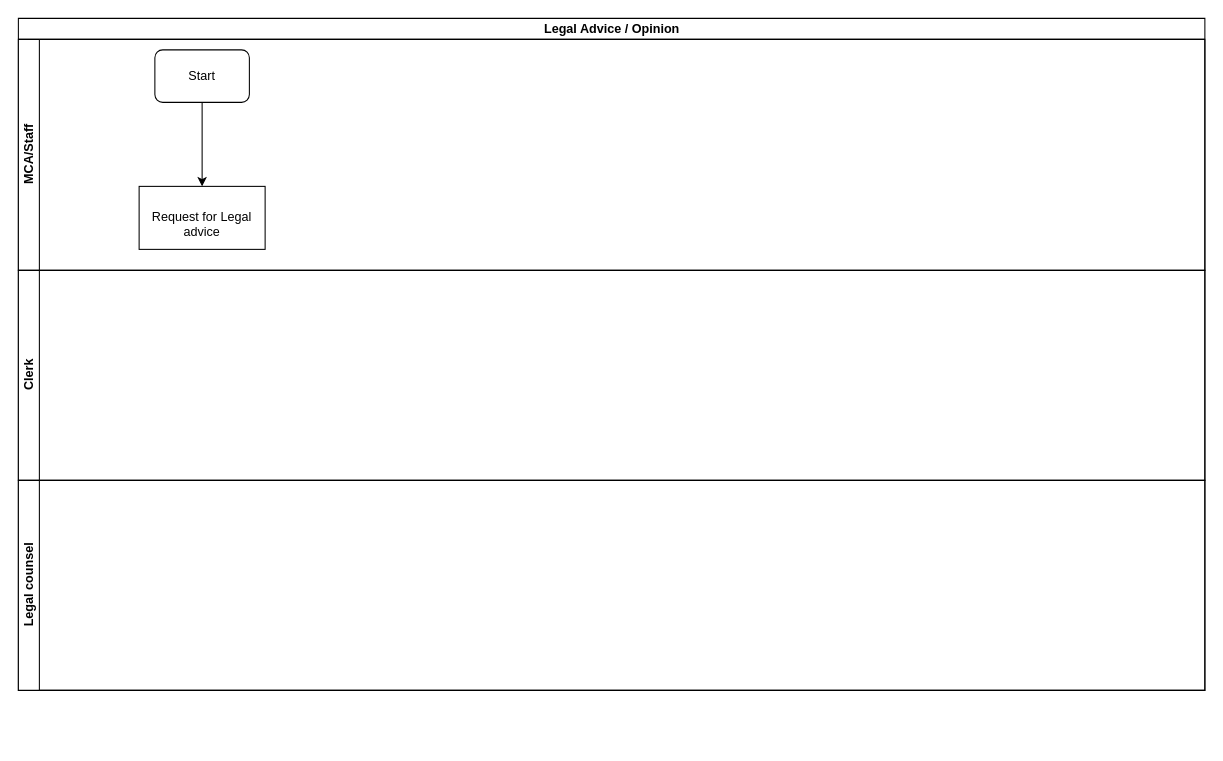
kmagua/flowcharts keeps this draw.io diagram as Legal - Legal Advice or Opinion.drawio. Above is the earlier version. Source tidied: cells renumbered, new cells numbered last; positions are measured from the earlier drawing's top-left corner, leaving out a move shared by most shapes. Both pictures are drawn from the tidied source at 105%, with x=0, y=0 at pixel (18, 18).
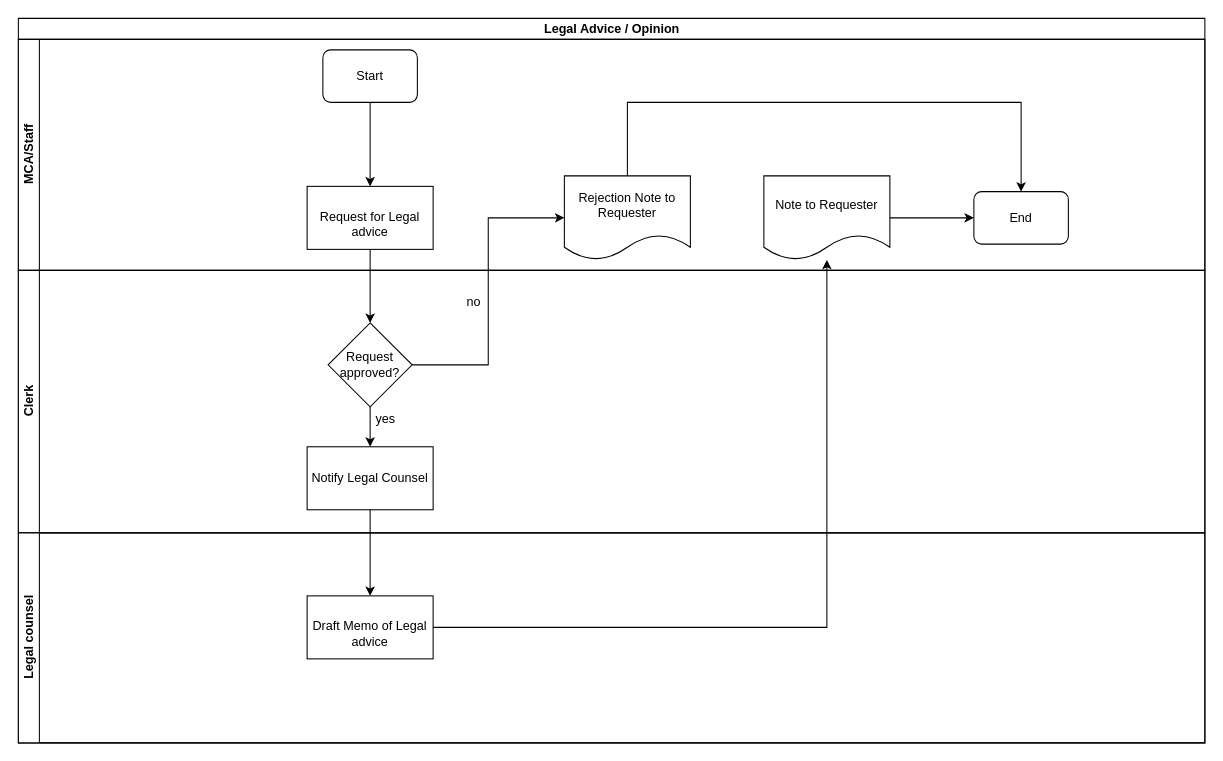
After the change.

The change refers to these unchanged cells:
```xml
<mxCell id="3" value="MCA/Staff" style="swimlane;html=1;startSize=20;horizontal=0;" parent="2" vertex="1">
  <mxGeometry y="20" width="1130" height="220" as="geometry" />
</mxCell>
```

Diff of the diagram source:
```diff
@@
     <mxCell id="2" value="Legal Advice / Opinion" style="swimlane;html=1;horizontal=1;startSize=20;" parent="1" vertex="1">
-      <mxGeometry width="1130" height="640" as="geometry" />
+      <mxGeometry width="1130" height="690" as="geometry" />
     </mxCell>
@@
     <mxCell id="4" value="Start" style="rounded=1;whiteSpace=wrap;html=1;" parent="3" vertex="1">
-      <mxGeometry x="130" y="10" width="90" height="50" as="geometry" />
+      <mxGeometry x="290" y="10" width="90" height="50" as="geometry" />
     </mxCell>
+    <mxCell id="9" value="End" style="rounded=1;whiteSpace=wrap;html=1;" parent="3" vertex="1">
+      <mxGeometry x="910" y="145" width="90" height="50" as="geometry" />
+    </mxCell>
+    <mxCell id="10" value="Note to Requester" style="shape=document;whiteSpace=wrap;html=1;boundedLbl=1;rounded=0;" parent="3" vertex="1">
+      <mxGeometry x="710" y="130" width="120" height="80" as="geometry" />
+    </mxCell>
+    <mxCell id="11" value="Rejection Note to Requester" style="shape=document;whiteSpace=wrap;html=1;boundedLbl=1;" parent="3" vertex="1">
+      <mxGeometry x="520" y="130" width="120" height="80" as="geometry" />
+    </mxCell>
     <mxCell id="5" value="&lt;br/&gt;&lt;p style=&quot;margin-bottom: 0in&quot;&gt;Request for Legal advice&lt;/p&gt;&lt;br/&gt;" style="rounded=0;whiteSpace=wrap;html=1;" parent="3" vertex="1">
-      <mxGeometry x="115" y="140" width="120" height="60" as="geometry" />
+      <mxGeometry x="275" y="140" width="120" height="60" as="geometry" />
     </mxCell>
+    <mxCell id="12" style="edgeStyle=orthogonalEdgeStyle;rounded=0;jettySize=auto;html=1;entryX=0;entryY=0.5;entryDx=0;entryDy=0;" parent="3" edge="1" source="10" target="9">
+      <mxGeometry relative="1" as="geometry" />
+    </mxCell>
+    <mxCell id="13" style="edgeStyle=orthogonalEdgeStyle;rounded=0;jettySize=auto;html=1;entryX=0.5;entryY=0;entryDx=0;entryDy=0;" parent="3" edge="1" source="11" target="9">
+      <mxGeometry relative="1" as="geometry">
+        <Array as="points">
+          <mxPoint x="580" y="60" />
+          <mxPoint x="955" y="60" />
+        </Array>
+      </mxGeometry>
+    </mxCell>
+    <mxCell id="14" style="edgeStyle=orthogonalEdgeStyle;rounded=0;jettySize=auto;html=1;" parent="2" edge="1" source="5" target="16">
+      <mxGeometry relative="1" as="geometry" />
+    </mxCell>
     <mxCell id="6" value="Clerk" style="swimlane;html=1;startSize=20;horizontal=0;" parent="2" vertex="1">
-      <mxGeometry y="240" width="1130" height="200" as="geometry" />
+      <mxGeometry y="240" width="1130" height="250" as="geometry" />
     </mxCell>
+    <mxCell id="15" value="no" style="text;html=1;strokeColor=none;fillColor=none;align=center;verticalAlign=middle;whiteSpace=wrap;rounded=0;" parent="6" vertex="1">
+      <mxGeometry x="414" y="20" width="40" height="20" as="geometry" />
+    </mxCell>
+    <mxCell id="16" value="Request approved?" style="rhombus;whiteSpace=wrap;html=1;rounded=0;" parent="6" vertex="1">
+      <mxGeometry x="295" y="50" width="80" height="80" as="geometry" />
+    </mxCell>
+    <mxCell id="17" style="edgeStyle=orthogonalEdgeStyle;rounded=0;jettySize=auto;html=1;" parent="6" edge="1" source="16" target="19">
+      <mxGeometry relative="1" as="geometry" />
+    </mxCell>
+    <mxCell id="18" value="yes" style="text;html=1;strokeColor=none;fillColor=none;align=center;verticalAlign=middle;whiteSpace=wrap;rounded=0;" parent="6" vertex="1">
+      <mxGeometry x="330" y="132" width="40" height="20" as="geometry" />
+    </mxCell>
+    <mxCell id="19" value="Notify Legal Counsel" style="whiteSpace=wrap;html=1;rounded=0;" parent="6" vertex="1">
+      <mxGeometry x="275" y="168" width="120" height="60" as="geometry" />
+    </mxCell>
     <mxCell id="7" value="Legal counsel" style="swimlane;html=1;startSize=20;horizontal=0;" parent="2" vertex="1">
-      <mxGeometry y="440" width="1130" height="200" as="geometry" />
+      <mxGeometry y="490" width="1130" height="200" as="geometry" />
     </mxCell>
+    <mxCell id="20" value="&lt;br/&gt;&lt;p style=&quot;margin-bottom: 0in&quot;&gt;Draft Memo of Legal advice&lt;/p&gt;&lt;br/&gt;" style="whiteSpace=wrap;html=1;rounded=0;" parent="7" vertex="1">
+      <mxGeometry x="275" y="60" width="120" height="60" as="geometry" />
+    </mxCell>
+    <mxCell id="21" style="edgeStyle=orthogonalEdgeStyle;rounded=0;jettySize=auto;html=1;" parent="2" edge="1" source="19" target="20">
+      <mxGeometry relative="1" as="geometry" />
+    </mxCell>
+    <mxCell id="22" style="edgeStyle=orthogonalEdgeStyle;rounded=0;jettySize=auto;html=1;entryX=0;entryY=0.5;entryDx=0;entryDy=0;" parent="2" edge="1" source="16" target="11">
+      <mxGeometry relative="1" as="geometry" />
+    </mxCell>
+    <mxCell id="23" style="edgeStyle=orthogonalEdgeStyle;rounded=0;jettySize=auto;html=1;" parent="2" edge="1" source="20" target="10">
+      <mxGeometry relative="1" as="geometry" />
+    </mxCell>
     <mxCell id="8" style="edgeStyle=orthogonalEdgeStyle;rounded=0;jettySize=auto;html=1;" parent="1" edge="1" source="4">
       <mxGeometry relative="1" as="geometry">
-        <mxPoint x="175" y="160" as="targetPoint" />
+        <mxPoint x="335" y="160" as="targetPoint" />
       </mxGeometry>
     </mxCell>
```
